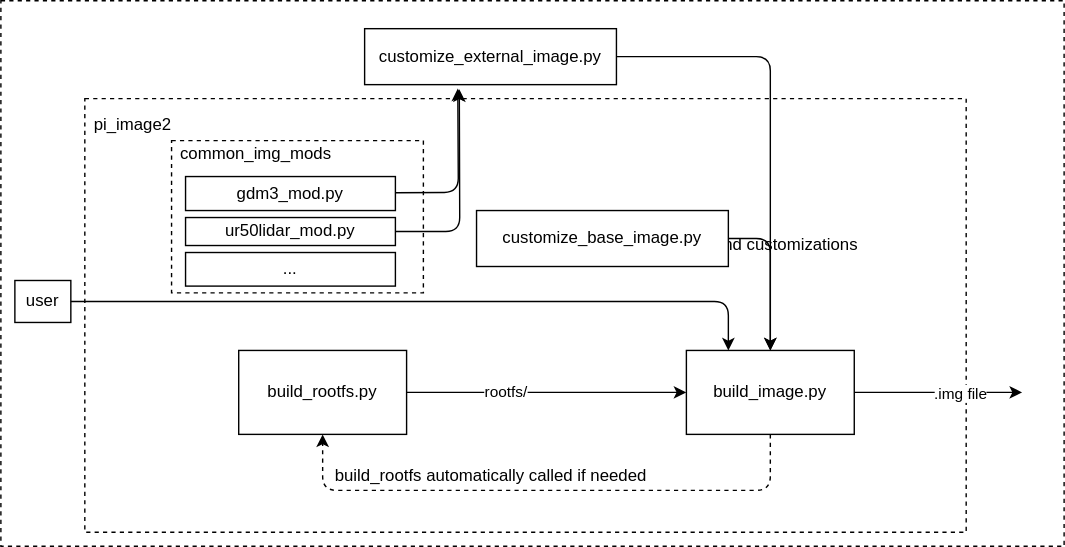
The draw.io diagram pi_image2.drawio.svg in UbiquityRobotics/ubiquity_buildbot, before a commit. Source tidied: cells renumbered, new cells last; positions are measured from the earlier drawing's top-left corner, leaving out a move shared by most shapes.
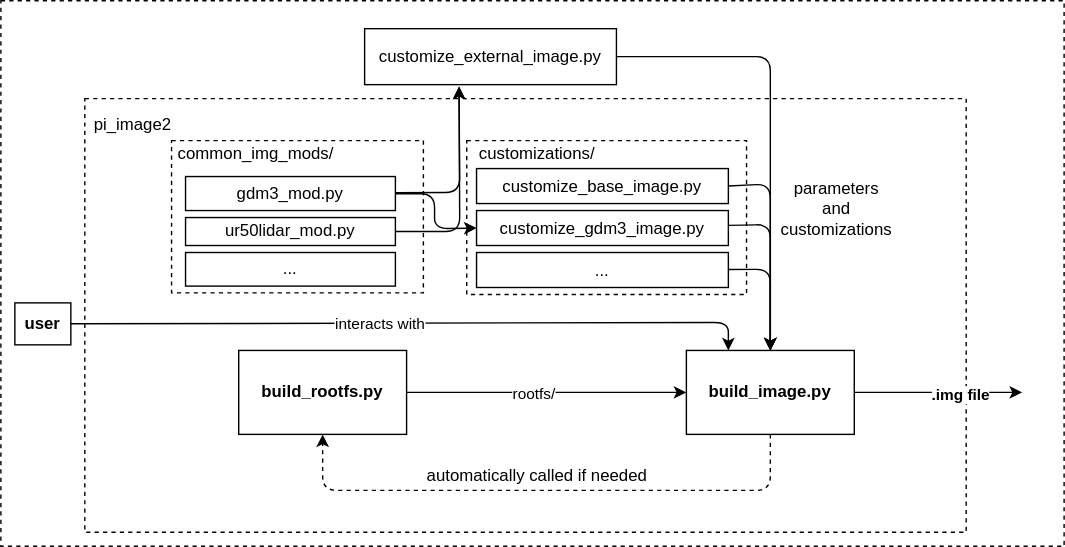
Above is the later version.

The edit, as a diff of the source:
```diff
@@ -5,7 +5,7 @@
     <mxCell id="2" style="rounded=0;whiteSpace=wrap;html=1;dashed=1;" parent="1" vertex="1">
       <mxGeometry width="760" height="390" as="geometry" />
     </mxCell>
-    <mxCell id="3" style="group;fillColor=none;dashed=1;" parent="1" vertex="1">
+    <mxCell id="3" style="group;dashed=1;" parent="1" vertex="1">
       <mxGeometry x="60" y="70" width="630" height="310" as="geometry" />
     </mxCell>
     <mxCell id="4" style="rounded=0;whiteSpace=wrap;html=1;dashed=1;" parent="3" vertex="1">
@@ -15,18 +15,21 @@
       <mxGeometry width="68.7" height="38.7" as="geometry" />
     </mxCell>
     <mxCell id="6" value="parameters and customizations" style="text;html=1;strokeColor=none;fillColor=none;align=center;verticalAlign=middle;whiteSpace=wrap;rounded=0;" parent="3" vertex="1">
-      <mxGeometry x="332.2" y="86.8" width="274.9" height="37.2" as="geometry" />
+      <mxGeometry x="500" y="60" width="74.9" height="37.2" as="geometry" />
     </mxCell>
-    <mxCell id="7" value="build_image.py" style="rounded=0;whiteSpace=wrap;html=1;" parent="3" vertex="1">
+    <mxCell id="7" value="&lt;b&gt;build_image.py&lt;/b&gt;" style="rounded=0;whiteSpace=wrap;html=1;" parent="3" vertex="1">
       <mxGeometry x="430" y="180" width="120" height="60" as="geometry" />
     </mxCell>
+    <mxCell id="29" style="rounded=0;whiteSpace=wrap;html=1;dashed=1;" parent="3" vertex="1">
+      <mxGeometry x="273" y="30" width="200" height="110" as="geometry" />
+    </mxCell>
-    <mxCell id="8" value="&lt;span&gt;customize_base_image.py&lt;/span&gt;" style="rounded=0;whiteSpace=wrap;html=1;" parent="3" vertex="1">
-      <mxGeometry x="280" y="80" width="180" height="40" as="geometry" />
+    <mxCell id="8" value="&lt;span&gt;customize_gdm3_image.py&lt;/span&gt;" style="rounded=0;whiteSpace=wrap;html=1;" parent="3" vertex="1">
+      <mxGeometry x="280" y="80" width="180" height="25" as="geometry" />
     </mxCell>
     <mxCell id="9" style="edgeStyle=none;html=1;entryX=0.5;entryY=0;entryDx=0;entryDy=0;" parent="3" edge="1" source="8" target="7">
       <mxGeometry relative="1" as="geometry">
         <Array as="points">
-          <mxPoint x="490" y="100" />
+          <mxPoint x="490" y="90" />
         </Array>
       </mxGeometry>
     </mxCell>
@@ -36,8 +39,8 @@
     <mxCell id="11" style="rounded=0;whiteSpace=wrap;html=1;dashed=1;" parent="10" vertex="1">
       <mxGeometry width="180" height="108.8" as="geometry" />
     </mxCell>
-    <mxCell id="12" value="common_img_mods&lt;br&gt;" style="text;html=1;align=center;verticalAlign=middle;strokeColor=none;fillColor=none;" parent="10" vertex="1">
-      <mxGeometry width="120" height="20" as="geometry" />
+    <mxCell id="12" value="common_img_mods/" style="text;html=1;align=center;verticalAlign=middle;strokeColor=none;fillColor=none;" parent="10" vertex="1">
+      <mxGeometry x="-5" width="130" height="20" as="geometry" />
     </mxCell>
     <mxCell id="13" value="gdm3_mod.py" style="rounded=0;whiteSpace=wrap;html=1;" parent="10" vertex="1">
       <mxGeometry x="10" y="25.7" width="150" height="24.3" as="geometry" />
@@ -48,15 +51,39 @@
     <mxCell id="15" value="..." style="rounded=0;whiteSpace=wrap;html=1;" parent="10" vertex="1">
       <mxGeometry x="10" y="80" width="150" height="24" as="geometry" />
     </mxCell>
+    <mxCell id="30" style="edgeStyle=none;html=1;exitX=1;exitY=0.5;exitDx=0;exitDy=0;entryX=0.5;entryY=0;entryDx=0;entryDy=0;" parent="3" edge="1" source="31" target="7">
+      <mxGeometry relative="1" as="geometry">
+        <Array as="points">
+          <mxPoint x="490" y="61" />
+        </Array>
+      </mxGeometry>
+    </mxCell>
+    <mxCell id="31" value="&lt;span&gt;customize_base_image.py&lt;/span&gt;" style="rounded=0;whiteSpace=wrap;html=1;" parent="3" vertex="1">
+      <mxGeometry x="280" y="50" width="180" height="25" as="geometry" />
+    </mxCell>
+    <mxCell id="32" value="customizations/&lt;br&gt;" style="text;html=1;align=center;verticalAlign=middle;strokeColor=none;fillColor=none;" parent="3" vertex="1">
+      <mxGeometry x="273" y="30" width="100" height="20" as="geometry" />
+    </mxCell>
+    <mxCell id="33" style="edgeStyle=none;html=1;entryX=0;entryY=0.5;entryDx=0;entryDy=0;" parent="3" edge="1" source="13" target="8">
+      <mxGeometry relative="1" as="geometry">
+        <Array as="points">
+          <mxPoint x="250" y="68" />
+          <mxPoint x="250" y="93" />
+        </Array>
+      </mxGeometry>
+    </mxCell>
+    <mxCell id="24" value="automatically called if needed" style="text;html=1;align=center;verticalAlign=middle;strokeColor=none;fillColor=none;dashed=1;" parent="3" vertex="1">
+      <mxGeometry x="238" y="260" width="170" height="20" as="geometry" />
+    </mxCell>
     <mxCell id="16" style="edgeStyle=none;html=1;" parent="1" edge="1" source="18" target="7">
       <mxGeometry relative="1" as="geometry" />
     </mxCell>
     <mxCell id="17" value="rootfs/" style="edgeLabel;html=1;align=center;verticalAlign=middle;" parent="16" vertex="1">
       <mxGeometry x="-0.5" y="-2" relative="1" as="geometry">
-        <mxPoint x="20" y="-2" as="offset" />
+        <mxPoint x="40" y="-2" as="offset" />
       </mxGeometry>
     </mxCell>
-    <mxCell id="18" value="build_rootfs.py" style="rounded=0;whiteSpace=wrap;html=1;" parent="1" vertex="1">
+    <mxCell id="18" value="&lt;b&gt;build_rootfs.py&lt;/b&gt;" style="rounded=0;whiteSpace=wrap;html=1;" parent="1" vertex="1">
       <mxGeometry x="170" y="250" width="120" height="60" as="geometry" />
     </mxCell>
     <mxCell id="19" style="edgeStyle=none;html=1;" parent="1" edge="1" source="7">
@@ -64,7 +91,7 @@
         <mxPoint x="730" y="280" as="targetPoint" />
       </mxGeometry>
     </mxCell>
-    <mxCell id="20" value=".img file" style="edgeLabel;html=1;align=center;verticalAlign=middle;" parent="19" vertex="1">
+    <mxCell id="20" value="&lt;b&gt;.img file&lt;/b&gt;" style="edgeLabel;html=1;align=center;verticalAlign=middle;" parent="19" vertex="1">
       <mxGeometry x="0.26" y="-1" relative="1" as="geometry" />
     </mxCell>
     <mxCell id="21" style="edgeStyle=none;html=1;entryX=0.5;entryY=1;entryDx=0;entryDy=0;dashed=1;" parent="1" edge="1" source="7" target="18">
@@ -85,32 +112,45 @@
     <mxCell id="23" value="customize_external_image.py" style="rounded=0;whiteSpace=wrap;html=1;" parent="1" vertex="1">
       <mxGeometry x="260" y="20" width="180" height="40" as="geometry" />
     </mxCell>
-    <mxCell id="24" value="build_rootfs automatically called if needed" style="text;html=1;align=center;verticalAlign=middle;strokeColor=none;fillColor=none;dashed=1;" parent="1" vertex="1">
-      <mxGeometry x="230" y="330" width="240" height="20" as="geometry" />
-    </mxCell>
     <mxCell id="25" style="edgeStyle=none;html=1;entryX=0.25;entryY=0;entryDx=0;entryDy=0;" parent="1" edge="1" source="26" target="7">
       <mxGeometry relative="1" as="geometry">
         <Array as="points">
-          <mxPoint x="520" y="215" />
+          <mxPoint x="520" y="230" />
         </Array>
       </mxGeometry>
     </mxCell>
+    <mxCell id="34" value="interacts with" style="edgeLabel;html=1;align=center;verticalAlign=middle;" parent="25" vertex="1">
+      <mxGeometry x="-0.65" y="-1" relative="1" as="geometry">
+        <mxPoint x="135" y="-1" as="offset" />
+      </mxGeometry>
+    </mxCell>
-    <mxCell id="26" value="user" style="rounded=0;whiteSpace=wrap;html=1;fillColor=none;" parent="1" vertex="1">
-      <mxGeometry x="10" y="200" width="40" height="30" as="geometry" />
+    <mxCell id="26" value="&lt;b&gt;user&lt;/b&gt;" style="rounded=0;whiteSpace=wrap;html=1;fillColor=none;" parent="1" vertex="1">
+      <mxGeometry x="10" y="216" width="40" height="30" as="geometry" />
     </mxCell>
-    <mxCell id="27" style="edgeStyle=none;html=1;entryX=0.37;entryY=1.068;entryDx=0;entryDy=0;entryPerimeter=0;" parent="1" edge="1" source="13" target="23">
+    <mxCell id="27" style="edgeStyle=none;html=1;entryX=0.375;entryY=1.035;entryDx=0;entryDy=0;entryPerimeter=0;" parent="1" edge="1" source="13" target="23">
       <mxGeometry relative="1" as="geometry">
         <Array as="points">
-          <mxPoint x="327" y="137" />
+          <mxPoint x="328" y="137" />
         </Array>
       </mxGeometry>
     </mxCell>
-    <mxCell id="28" style="edgeStyle=none;html=1;exitX=1;exitY=0.5;exitDx=0;exitDy=0;entryX=0.376;entryY=1.082;entryDx=0;entryDy=0;entryPerimeter=0;" parent="1" edge="1" source="14" target="23">
+    <mxCell id="28" style="edgeStyle=none;html=1;exitX=1;exitY=0.5;exitDx=0;exitDy=0;entryX=0.375;entryY=1.035;entryDx=0;entryDy=0;entryPerimeter=0;" parent="1" edge="1" source="14" target="23">
       <mxGeometry relative="1" as="geometry">
         <Array as="points">
           <mxPoint x="328" y="165" />
         </Array>
       </mxGeometry>
     </mxCell>
+    <mxCell id="35" style="edgeStyle=none;html=1;" parent="1" edge="1" source="36">
+      <mxGeometry relative="1" as="geometry">
+        <mxPoint x="550" y="250" as="targetPoint" />
+        <Array as="points">
+          <mxPoint x="550" y="192" />
+        </Array>
+      </mxGeometry>
+    </mxCell>
+    <mxCell id="36" value="&lt;span&gt;...&lt;/span&gt;" style="rounded=0;whiteSpace=wrap;html=1;" parent="1" vertex="1">
+      <mxGeometry x="340" y="180" width="180" height="25" as="geometry" />
+    </mxCell>
   </root>
 </mxGraphModel>
```
